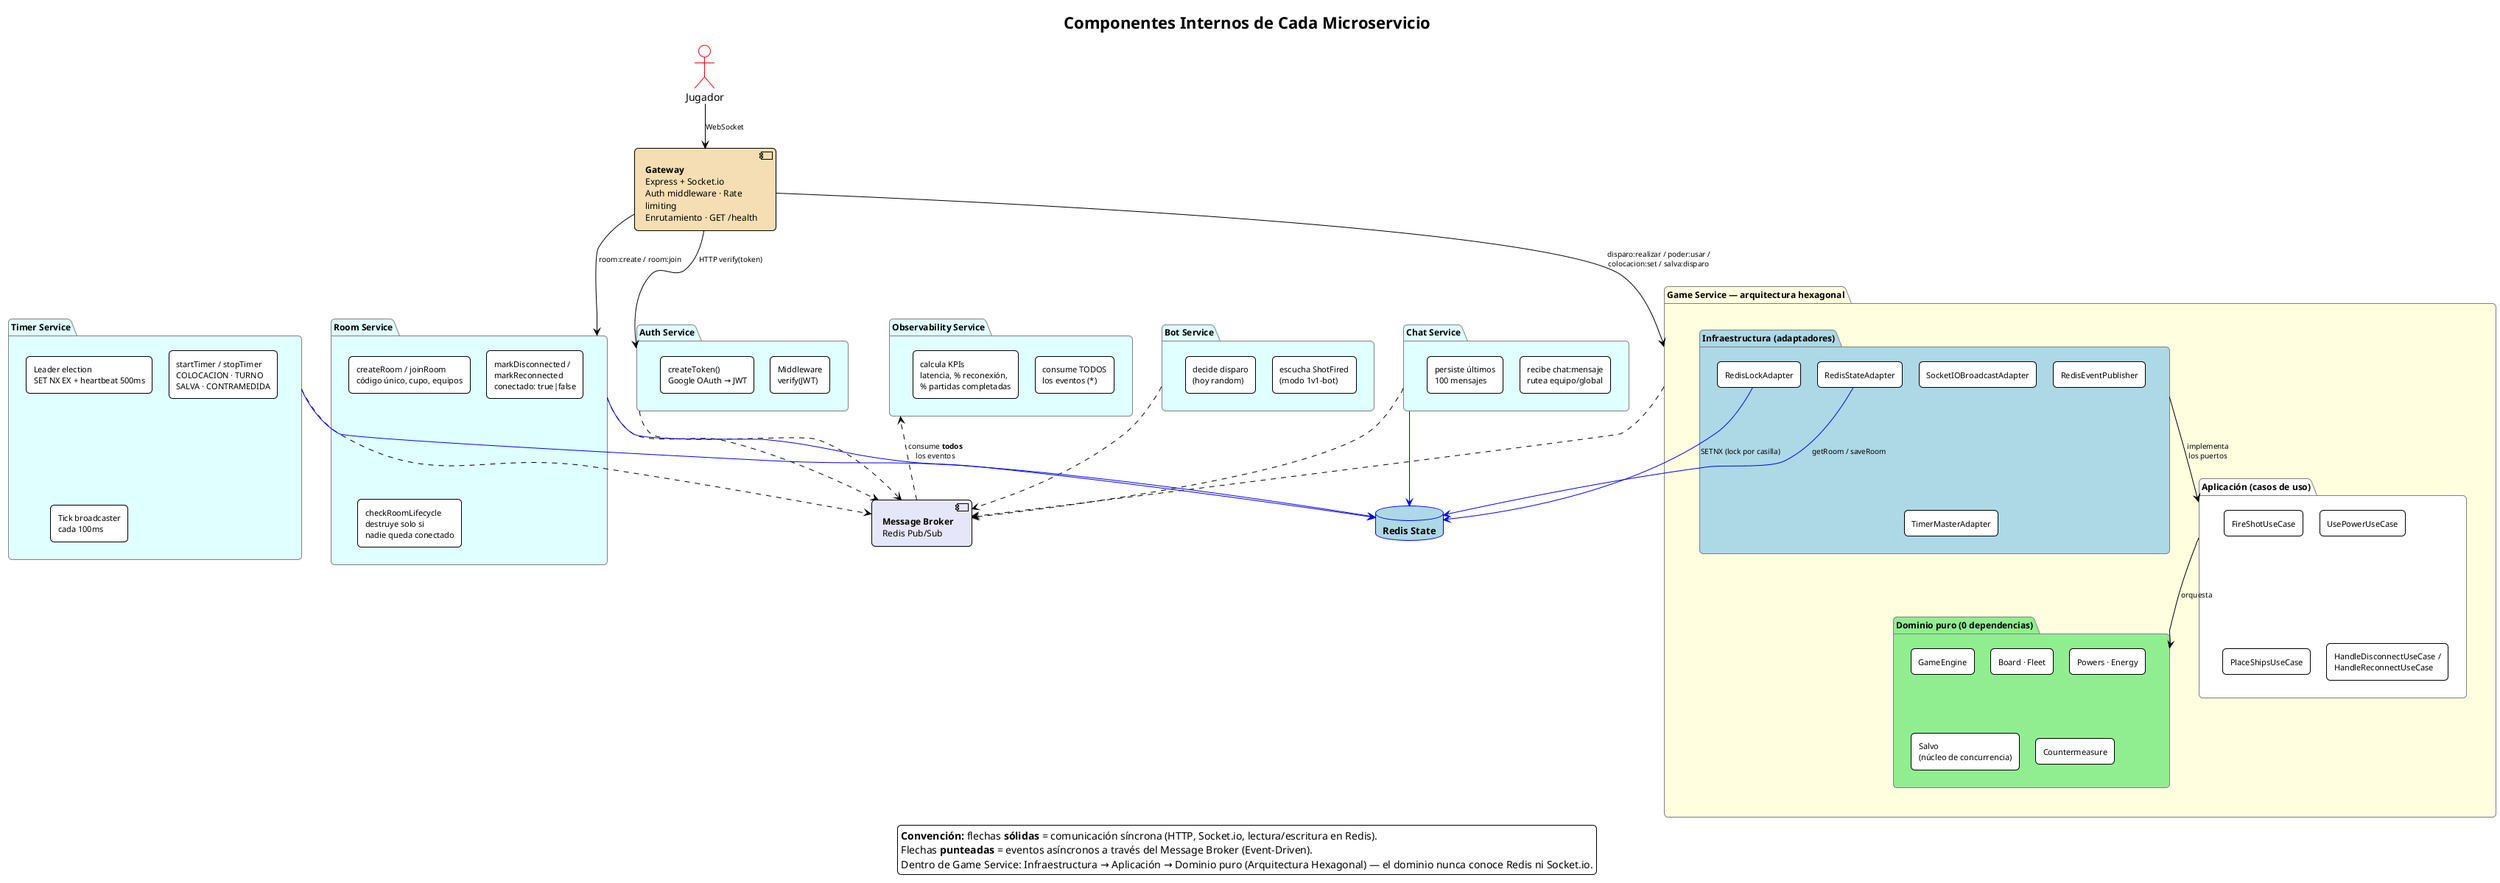
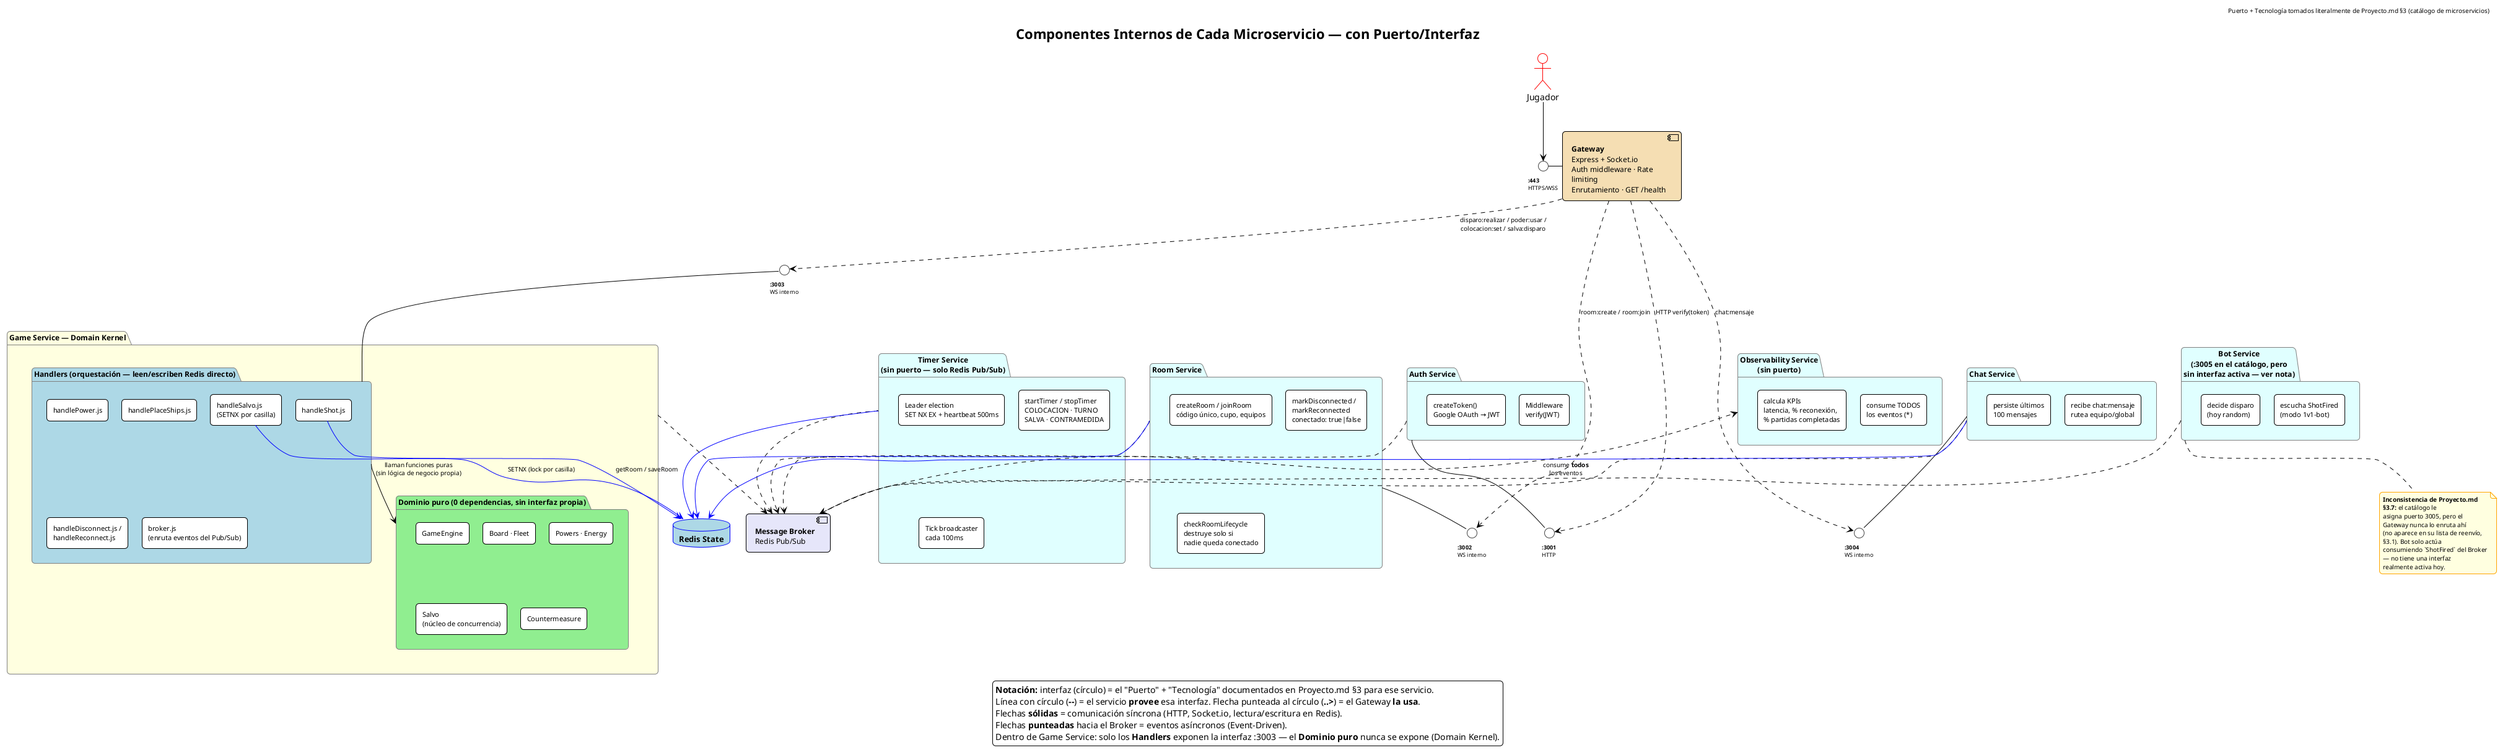
@startuml 05-componentes-por-servicio

- title Componentes Internos de Cada Microservicio
+ title Componentes Internos de Cada Microservicio — con Puerto/Interfaz
+ header Puerto + Tecnología tomados literalmente de Proyecto.md §3 (catálogo de microservicios)

!theme plain
skinparam defaultFontName Consolas
skinparam wrapWidth 170
skinparam nodesep 22
skinparam ranksep 45
skinparam shadowing false
skinparam roundCorner 10
skinparam component {
  BackgroundColor LightGray
  BorderColor Black
  FontSize 12
}
skinparam database {
  BackgroundColor LightBlue
  BorderColor Blue
  FontSize 13
}
skinparam actor {
  BorderColor Red
}
skinparam package {
  BackgroundColor White
  BorderColor Gray
  FontSize 12
}
skinparam rectangle {
  FontSize 11
}
+ skinparam interface {
+   BackgroundColor White
+   BorderColor #444444
+   FontSize 9
+ }
skinparam note {
  BackgroundColor LightYellow
  BorderColor Orange
  FontSize 10
}
skinparam ArrowFontSize 10

actor "Jugador" as Jugador

+ interface "**:443**\nHTTPS/WSS" as IGateway
component "**Gateway**\nExpress + Socket.io\nAuth middleware · Rate limiting\nEnrutamiento · GET /health" as Gateway #Wheat

- ' ===================== FILA 1: servicios simples =====================
+ Jugador -down-> IGateway
+ IGateway - Gateway
+ 
+ ' ===================== FILA 1: servicios simples, cada uno con su interfaz =====================
together {
+   interface "**:3001**\nHTTP" as IAuth
  package "Auth Service" as AuthBox #LightCyan {
    rectangle "Middleware\nverify(JWT)" as Auth1
    rectangle "createToken()\nGoogle OAuth → JWT" as Auth2
  }
+   AuthBox -- IAuth

+   interface "**:3002**\nWS interno" as IRoom
  package "Room Service" as RoomBox #LightCyan {
    rectangle "createRoom / joinRoom\ncódigo único, cupo, equipos" as Room1
    rectangle "markDisconnected /\nmarkReconnected\nconectado: true|false" as Room2
    rectangle "checkRoomLifecycle\ndestruye solo si\nnadie queda conectado" as Room3
  }
+   RoomBox -- IRoom

-   package "Timer Service" as TimerBox #LightCyan {
+   package "Timer Service\n(sin puerto — solo Redis Pub/Sub)" as TimerBox #LightCyan {
    rectangle "Leader election\nSET NX EX + heartbeat 500ms" as Timer1
    rectangle "startTimer / stopTimer\nCOLOCACION · TURNO\nSALVA · CONTRAMEDIDA" as Timer2
    rectangle "Tick broadcaster\ncada 100ms" as Timer3
  }
}

' ===================== FILA 2: servicios no críticos =====================
together {
+   interface "**:3004**\nWS interno" as IChat
  package "Chat Service" as ChatBox #LightCyan {
    rectangle "recibe chat:mensaje\nrutea equipo/global" as Chat1
    rectangle "persiste últimos\n100 mensajes" as Chat2
  }
+   ChatBox -- IChat

-   package "Bot Service" as BotBox #LightCyan {
+   package "Bot Service\n(:3005 en el catálogo, pero\nsin interfaz activa — ver nota)" as BotBox #LightCyan {
    rectangle "escucha ShotFired\n(modo 1v1-bot)" as Bot1
    rectangle "decide disparo\n(hoy random)" as Bot2
  }

-   package "Observability Service" as ObsBox #LightCyan {
+   package "Observability Service\n(sin puerto)" as ObsBox #LightCyan {
    rectangle "consume TODOS\nlos eventos (*)" as Obs1
    rectangle "calcula KPIs\nlatencia, % reconexión,\n% partidas completadas" as Obs2
  }
}

- ' ===================== Game Service — el más complejo (hexagonal) =====================
- package "**Game Service** — arquitectura hexagonal" as GameBox #LightYellow {
+ ' ===================== Game Service — el más complejo (Domain Kernel) =====================
+ interface "**:3003**\nWS interno" as IGame

-   package "Infraestructura (adaptadores)" as Infra #LightBlue {
-     rectangle "RedisStateAdapter" as IA1
-     rectangle "RedisLockAdapter" as IA2
-     rectangle "SocketIOBroadcastAdapter" as IA3
-     rectangle "RedisEventPublisher" as IA4
-     rectangle "TimerMasterAdapter" as IA5
+ package "**Game Service** — Domain Kernel" as GameBox #LightYellow {
+ 
+   package "Handlers (orquestación — leen/escriben Redis directo)" as Handlers #LightBlue {
+     rectangle "handleShot.js" as H1
+     rectangle "handlePower.js" as H2
+     rectangle "handleSalvo.js\n(SETNX por casilla)" as H3
+     rectangle "handlePlaceShips.js" as H4
+     rectangle "handleDisconnect.js /\nhandleReconnect.js" as H5
+     rectangle "broker.js\n(enruta eventos del Pub/Sub)" as H6
  }

-   package "Aplicación (casos de uso)" as App #White {
-     rectangle "FireShotUseCase" as UC1
-     rectangle "UsePowerUseCase" as UC2
-     rectangle "PlaceShipsUseCase" as UC3
-     rectangle "HandleDisconnectUseCase /\nHandleReconnectUseCase" as UC4
-   }
- 
-   package "Dominio puro (0 dependencias)" as Domain #LightGreen {
+   package "Dominio puro (0 dependencias, sin interfaz propia)" as Domain #LightGreen {
    rectangle "GameEngine" as D1
    rectangle "Board · Fleet" as D2
    rectangle "Powers · Energy" as D3
    rectangle "Salvo\n(núcleo de concurrencia)" as D4
    rectangle "Countermeasure" as D5
  }

-   Infra -down-> App : implementa\nlos puertos
-   App -down-> Domain : orquesta
+   Handlers -down-> Domain : llaman funciones puras\n(sin lógica de negocio propia)
+   Handlers -up- IGame
}

component "**Message Broker**\nRedis Pub/Sub" as Broker #Lavender
database "**Redis State**" as Redis #LightBlue

' ===================== Conexiones generales =====================
- Jugador -down-> Gateway : WebSocket
- 
- Gateway -down-> AuthBox : HTTP verify(token)
- Gateway -down-> RoomBox : room:create / room:join
- Gateway -down-> GameBox : disparo:realizar / poder:usar /\ncolocacion:set / salva:disparo
+ Gateway ..> IAuth : HTTP verify(token)
+ Gateway ..> IRoom : room:create / room:join
+ Gateway ..> IGame : disparo:realizar / poder:usar /\ncolocacion:set / salva:disparo
+ Gateway ..> IChat : chat:mensaje

AuthBox .right.> Broker
RoomBox .down.> Broker
TimerBox .down.> Broker
ChatBox .down.> Broker
BotBox .down.> Broker
GameBox .down.> Broker
Broker .right.> ObsBox : consume **todos**\nlos eventos

RoomBox -[#blue]-> Redis
TimerBox -[#blue]-> Redis
ChatBox -[#blue]-> Redis
- IA1 -[#blue]down-> Redis : getRoom / saveRoom
- IA2 -[#blue]down-> Redis : SETNX (lock por casilla)
+ H1 -[#blue]down-> Redis : getRoom / saveRoom
+ H3 -[#blue]down-> Redis : SETNX (lock por casilla)
+ 
+ note bottom of BotBox
+   **Inconsistencia de Proyecto.md §3.7:** el catálogo le
+   asigna puerto 3005, pero el Gateway nunca lo enruta ahí
+   (no aparece en su lista de reenvío, §3.1). Bot solo actúa
+   consumiendo `ShotFired` del Broker — no tiene una interfaz
+   realmente activa hoy.
+ end note

legend bottom center
-   <b>Convención:</b> flechas <b>sólidas</b> = comunicación síncrona (HTTP, Socket.io, lectura/escritura en Redis).
-   Flechas <b>punteadas</b> = eventos asíncronos a través del Message Broker (Event-Driven).
-   Dentro de Game Service: Infraestructura → Aplicación → Dominio puro (Arquitectura Hexagonal) — el dominio nunca conoce Redis ni Socket.io.
+   <b>Notación:</b> interfaz (círculo) = el "Puerto" + "Tecnología" documentados en Proyecto.md §3 para ese servicio.
+   Línea con círculo (<b>--</b>) = el servicio <b>provee</b> esa interfaz. Flecha punteada al círculo (<b>..></b>) = el Gateway <b>la usa</b>.
+   Flechas <b>sólidas</b> = comunicación síncrona (HTTP, Socket.io, lectura/escritura en Redis).
+   Flechas <b>punteadas</b> hacia el Broker = eventos asíncronos (Event-Driven).
+   Dentro de Game Service: solo los <b>Handlers</b> exponen la interfaz :3003 — el <b>Dominio puro</b> nunca se expone (Domain Kernel).
end legend

@enduml
